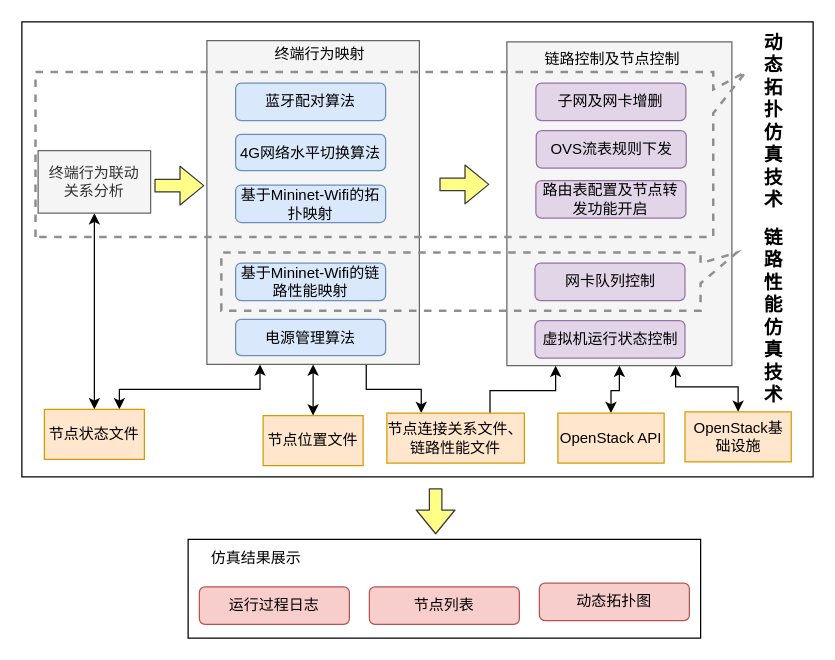
Above: page "动态拓扑仿真体系架构" (11 of 13) of 网络控制技术_流程图.drawio in Icarus1994/neutron_conf (draw.io), before the change. Source tidied: cells renumbered, new cells numbered last; positions are measured from the earlier drawing's top-left corner, leaving out a move shared by most shapes. Both pictures are drawn from the tidied source at 125%, with x=0, y=0 at pixel (21, -201).
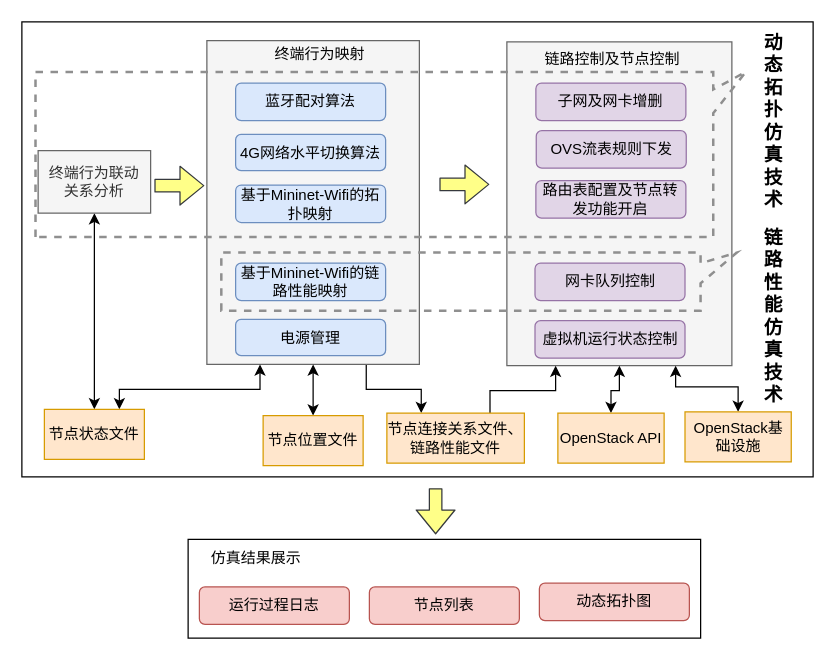
Above is the later version.

Diff of the diagram source:
```diff
@@
-    <mxCell id="29" value="电源管理算法" style="rounded=1;whiteSpace=wrap;html=1;fillColor=#dae8fc;strokeColor=#6c8ebf;" parent="1" vertex="1">
+    <mxCell id="29" value="电源管理" style="rounded=1;whiteSpace=wrap;html=1;fillColor=#dae8fc;strokeColor=#6c8ebf;" parent="1" vertex="1">
       <mxGeometry x="171" y="416" width="120" height="29" as="geometry" />
     </mxCell>
```
